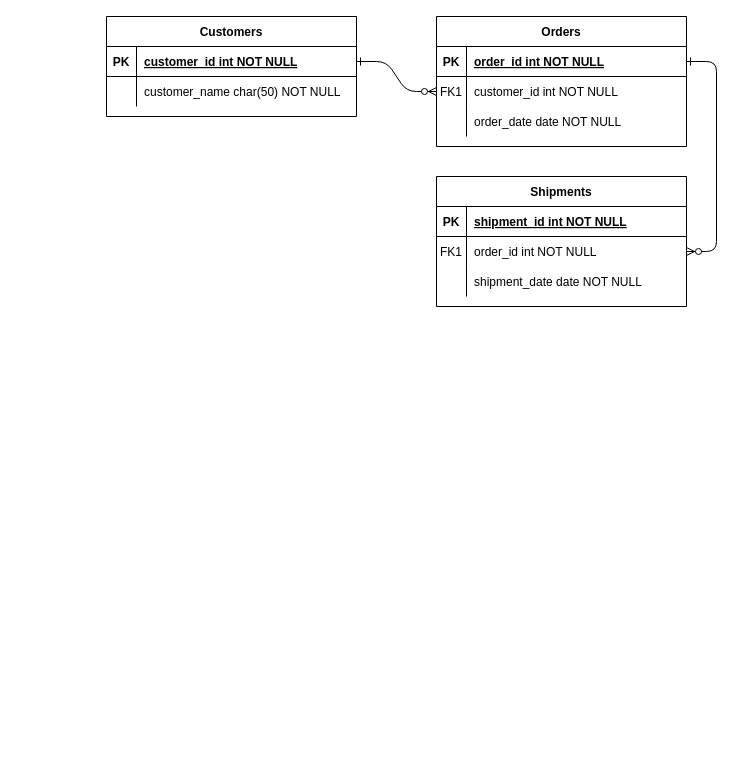
Above: .drawio in lucascamposm/cpd (draw.io), before the change. Source tidied: cells renumbered, new cells numbered last; positions are measured from the earlier drawing's top-left corner, leaving out a move shared by most shapes. Both pictures are drawn from the tidied source at 100%, with x=0, y=0 at pixel (106, 16).
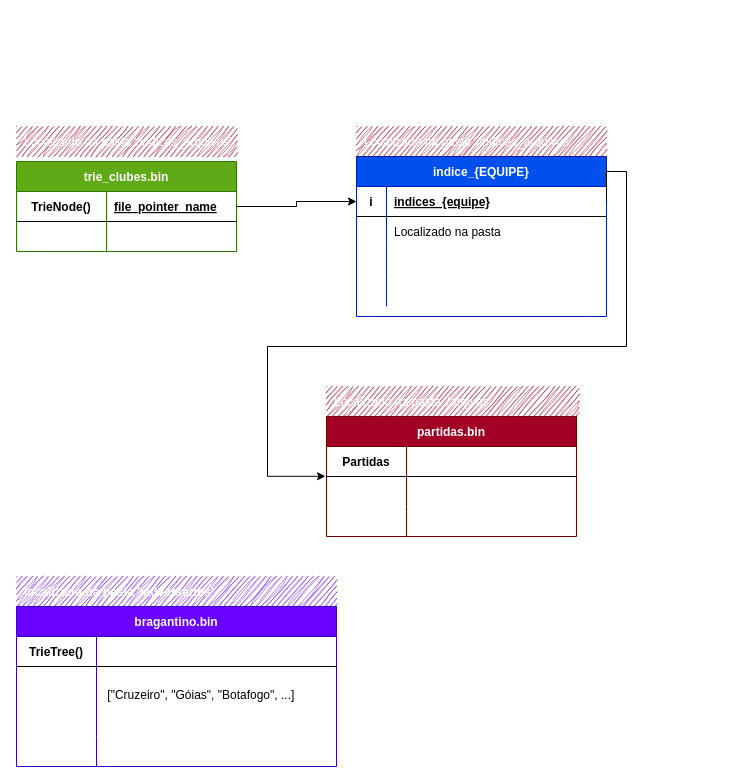
After the change.

The change refers to these unchanged cells:
```xml
<mxCell id="5" style="shape=partialRectangle;fillColor=none;points=[[0,0.5],[1,0.5]];portConstraint=eastwest;top=0;left=0;right=0;bottom=1;" parent="4" vertex="1">
  <mxGeometry y="30" width="250" height="30" as="geometry" />
</mxCell>
<mxCell id="8" style="shape=partialRectangle;fillColor=none;points=[[0,0.5],[1,0.5]];portConstraint=eastwest;top=0;left=0;right=0;bottom=0;" parent="4" vertex="1">
  <mxGeometry y="60" width="250" height="30" as="geometry" />
</mxCell>
<mxCell id="15" style="shape=partialRectangle;fillColor=none;top=0;left=0;right=0;bottom=1;" parent="14" vertex="1">
  <mxGeometry y="30" width="250" height="30" as="geometry" />
</mxCell>
<mxCell id="18" style="shape=partialRectangle;fillColor=none;points=[[0,0.5],[1,0.5]];portConstraint=eastwest;top=0;left=0;right=0;bottom=0;" parent="14" vertex="1">
  <mxGeometry y="60" width="250" height="30" as="geometry" />
</mxCell>
<mxCell id="21" style="shape=partialRectangle;fillColor=none;top=0;left=0;right=0;bottom=0;" parent="14" vertex="1">
  <mxGeometry y="90" width="250" height="30" as="geometry" />
</mxCell>
```

Change to the diagram source:
```diff
@@
-    <mxCell id="2" style="edgeStyle=entityRelationEdgeStyle;endArrow=ERzeroToMany;startArrow=ERone;endFill=1;startFill=0;" parent="1" edge="1" source="25" target="8">
-      <mxGeometry relative="1" as="geometry" />
-    </mxCell>
-    <mxCell id="3" style="edgeStyle=entityRelationEdgeStyle;endArrow=ERzeroToMany;startArrow=ERone;endFill=1;startFill=0;" parent="1" edge="1" source="5" target="18">
-      <mxGeometry relative="1" as="geometry" />
-    </mxCell>
-    <mxCell id="4" value="Orders" style="shape=table;startSize=30;childLayout=tableLayout;rowLines=0;fontStyle=1;align=center;" parent="1" vertex="1">
-      <mxGeometry x="330" width="250" height="130" as="geometry" />
+    <mxCell id="4" value="indice_{EQUIPE}" style="shape=table;startSize=30;childLayout=tableLayout;rowLines=0;fontStyle=1;align=center;fillColor=#0050ef;fontColor=#ffffff;strokeColor=#001DBC;" parent="1" vertex="1">
+      <mxGeometry x="250" y="140" width="250" height="160" as="geometry" />
     </mxCell>
@@
-    <mxCell id="6" value="PK" style="shape=partialRectangle;overflow=hidden;fillColor=none;top=0;left=0;bottom=0;right=0;fontStyle=1;" parent="5" vertex="1">
+    <mxCell id="6" value="i" style="shape=partialRectangle;overflow=hidden;fillColor=none;top=0;left=0;bottom=0;right=0;fontStyle=1;" parent="5" vertex="1">
       <mxGeometry width="30" height="30" as="geometry" />
     </mxCell>
-    <mxCell id="7" value="order_id int NOT NULL " style="shape=partialRectangle;overflow=hidden;fillColor=none;top=0;left=0;bottom=0;right=0;align=left;spacingLeft=6;fontStyle=5;" parent="5" vertex="1">
+    <mxCell id="7" value="indices_{equipe} " style="shape=partialRectangle;overflow=hidden;fillColor=none;top=0;left=0;bottom=0;right=0;align=left;spacingLeft=6;fontStyle=5;labelBackgroundColor=none;" parent="5" vertex="1">
       <mxGeometry x="30" width="220" height="30" as="geometry" />
     </mxCell>
@@
-    <mxCell id="9" value="FK1" style="shape=partialRectangle;overflow=hidden;fillColor=none;top=0;left=0;bottom=0;right=0;" parent="8" vertex="1">
+    <mxCell id="9" style="shape=partialRectangle;overflow=hidden;fillColor=none;top=0;left=0;bottom=0;right=0;" parent="8" vertex="1">
       <mxGeometry width="30" height="30" as="geometry" />
     </mxCell>
-    <mxCell id="10" value="customer_id int NOT NULL" style="shape=partialRectangle;overflow=hidden;fillColor=none;top=0;left=0;bottom=0;right=0;align=left;spacingLeft=6;" parent="8" vertex="1">
+    <mxCell id="10" value="Localizado na pasta " style="shape=partialRectangle;overflow=hidden;fillColor=none;top=0;left=0;bottom=0;right=0;align=left;spacingLeft=6;" parent="8" vertex="1">
       <mxGeometry x="30" width="220" height="30" as="geometry" />
     </mxCell>
+    <mxCell id="31" style="shape=partialRectangle;fillColor=none;top=0;left=0;right=0;bottom=0;" parent="4" vertex="1">
+      <mxGeometry y="90" width="250" height="30" as="geometry" />
+    </mxCell>
+    <mxCell id="32" style="shape=partialRectangle;overflow=hidden;fillColor=none;top=0;left=0;bottom=0;right=0;" parent="31" vertex="1">
+      <mxGeometry width="30" height="30" as="geometry" />
+    </mxCell>
+    <mxCell id="33" style="shape=partialRectangle;overflow=hidden;fillColor=none;top=0;left=0;bottom=0;right=0;align=left;spacingLeft=6;" parent="31" vertex="1">
+      <mxGeometry x="30" width="220" height="30" as="geometry" />
+    </mxCell>
     <mxCell id="11" style="shape=partialRectangle;fillColor=none;top=0;left=0;right=0;bottom=0;" parent="4" vertex="1">
-      <mxGeometry y="90" width="250" height="30" as="geometry" />
+      <mxGeometry y="120" width="250" height="30" as="geometry" />
     </mxCell>
@@
-    <mxCell id="13" value="order_date date NOT NULL" style="shape=partialRectangle;overflow=hidden;fillColor=none;top=0;left=0;bottom=0;right=0;align=left;spacingLeft=6;" parent="11" vertex="1">
+    <mxCell id="13" style="shape=partialRectangle;overflow=hidden;fillColor=none;top=0;left=0;bottom=0;right=0;align=left;spacingLeft=6;" parent="11" vertex="1">
       <mxGeometry x="30" width="220" height="30" as="geometry" />
     </mxCell>
-    <mxCell id="14" value="Shipments" style="shape=table;startSize=30;childLayout=tableLayout;rowLines=0;fontStyle=1;align=center;" parent="1" vertex="1">
-      <mxGeometry x="330" y="160" width="250" height="130" as="geometry" />
+    <mxCell id="14" value="partidas.bin" style="shape=table;startSize=30;childLayout=tableLayout;rowLines=0;fontStyle=1;align=center;fillColor=#a20025;fontColor=#ffffff;strokeColor=#6F0000;" parent="1" vertex="1">
+      <mxGeometry x="220" y="400" width="250" height="120" as="geometry" />
     </mxCell>
@@
-    <mxCell id="16" value="PK" style="shape=partialRectangle;overflow=hidden;fillColor=none;top=0;left=0;bottom=0;right=0;fontStyle=1;" parent="15" vertex="1">
-      <mxGeometry width="30" height="30" as="geometry" />
+    <mxCell id="16" value="Partidas" style="shape=partialRectangle;overflow=hidden;fillColor=none;top=0;left=0;bottom=0;right=0;fontStyle=1;" parent="15" vertex="1">
+      <mxGeometry width="80" height="30" as="geometry" />
     </mxCell>
-    <mxCell id="17" value="shipment_id int NOT NULL " style="shape=partialRectangle;overflow=hidden;fillColor=none;top=0;left=0;bottom=0;right=0;align=left;spacingLeft=6;fontStyle=5;" parent="15" vertex="1">
-      <mxGeometry x="30" width="220" height="30" as="geometry" />
+    <mxCell id="17" style="shape=partialRectangle;overflow=hidden;fillColor=none;top=0;left=0;bottom=0;right=0;align=left;spacingLeft=6;fontStyle=5;" parent="15" vertex="1">
+      <mxGeometry x="80" width="170" height="30" as="geometry" />
     </mxCell>
@@
-    <mxCell id="19" value="FK1" style="shape=partialRectangle;overflow=hidden;fillColor=none;top=0;left=0;bottom=0;right=0;" parent="18" vertex="1">
-      <mxGeometry width="30" height="30" as="geometry" />
+    <mxCell id="19" style="shape=partialRectangle;overflow=hidden;fillColor=none;top=0;left=0;bottom=0;right=0;" parent="18" vertex="1">
+      <mxGeometry width="80" height="30" as="geometry" />
     </mxCell>
-    <mxCell id="20" value="order_id int NOT NULL" style="shape=partialRectangle;overflow=hidden;fillColor=none;top=0;left=0;bottom=0;right=0;align=left;spacingLeft=6;" parent="18" vertex="1">
-      <mxGeometry x="30" width="220" height="30" as="geometry" />
+    <mxCell id="20" style="shape=partialRectangle;overflow=hidden;fillColor=none;top=0;left=0;bottom=0;right=0;align=left;spacingLeft=6;" parent="18" vertex="1">
+      <mxGeometry x="80" width="170" height="30" as="geometry" />
     </mxCell>
@@
     <mxCell id="22" style="shape=partialRectangle;overflow=hidden;fillColor=none;top=0;left=0;bottom=0;right=0;" parent="21" vertex="1">
-      <mxGeometry width="30" height="30" as="geometry" />
+      <mxGeometry width="80" height="30" as="geometry" />
     </mxCell>
-    <mxCell id="23" value="shipment_date date NOT NULL" style="shape=partialRectangle;overflow=hidden;fillColor=none;top=0;left=0;bottom=0;right=0;align=left;spacingLeft=6;" parent="21" vertex="1">
-      <mxGeometry x="30" width="220" height="30" as="geometry" />
+    <mxCell id="23" style="shape=partialRectangle;overflow=hidden;fillColor=none;top=0;left=0;bottom=0;right=0;align=left;spacingLeft=6;" parent="21" vertex="1">
+      <mxGeometry x="80" width="170" height="30" as="geometry" />
     </mxCell>
-    <mxCell id="24" value="Customers" style="shape=table;startSize=30;childLayout=tableLayout;rowLines=0;fontStyle=1;align=center;" parent="1" vertex="1">
-      <mxGeometry width="250" height="100" as="geometry" />
+    <mxCell id="24" value="trie_clubes.bin" style="shape=table;startSize=30;childLayout=tableLayout;rowLines=0;fontStyle=1;align=center;fillColor=#60a917;fontColor=#ffffff;strokeColor=#2D7600;" parent="1" vertex="1">
+      <mxGeometry x="-90" y="145" width="220" height="90" as="geometry" />
     </mxCell>
     <mxCell id="25" style="shape=partialRectangle;fillColor=none;points=[[0,0.5],[1,0.5]];portConstraint=eastwest;top=0;left=0;right=0;bottom=1;" parent="24" vertex="1">
-      <mxGeometry y="30" width="250" height="30" as="geometry" />
+      <mxGeometry y="30" width="220" height="30" as="geometry" />
     </mxCell>
-    <mxCell id="26" value="PK" style="shape=partialRectangle;overflow=hidden;fillColor=none;top=0;left=0;bottom=0;right=0;fontStyle=1;" parent="25" vertex="1">
-      <mxGeometry width="30" height="30" as="geometry" />
+    <mxCell id="26" value="TrieNode()" style="shape=partialRectangle;overflow=hidden;fillColor=none;top=0;left=0;bottom=0;right=0;fontStyle=1;" parent="25" vertex="1">
+      <mxGeometry width="90" height="30" as="geometry" />
     </mxCell>
-    <mxCell id="27" value="customer_id int NOT NULL " style="shape=partialRectangle;overflow=hidden;fillColor=none;top=0;left=0;bottom=0;right=0;align=left;spacingLeft=6;fontStyle=5;" parent="25" vertex="1">
-      <mxGeometry x="30" width="220" height="30" as="geometry" />
+    <mxCell id="27" value="file_pointer_name" style="shape=partialRectangle;overflow=hidden;fillColor=none;top=0;left=0;bottom=0;right=0;align=left;spacingLeft=6;fontStyle=5;" parent="25" vertex="1">
+      <mxGeometry x="90" width="130" height="30" as="geometry" />
     </mxCell>
     <mxCell id="28" style="shape=partialRectangle;fillColor=none;top=0;left=0;right=0;bottom=0;" parent="24" vertex="1">
-      <mxGeometry y="60" width="250" height="30" as="geometry" />
+      <mxGeometry y="60" width="220" height="30" as="geometry" />
     </mxCell>
     <mxCell id="29" style="shape=partialRectangle;overflow=hidden;fillColor=none;top=0;left=0;bottom=0;right=0;" parent="28" vertex="1">
-      <mxGeometry width="30" height="30" as="geometry" />
+      <mxGeometry width="90" height="30" as="geometry" />
     </mxCell>
-    <mxCell id="30" value="customer_name char(50) NOT NULL" style="shape=partialRectangle;overflow=hidden;fillColor=none;top=0;left=0;bottom=0;right=0;align=left;spacingLeft=6;" parent="28" vertex="1">
-      <mxGeometry x="30" width="220" height="30" as="geometry" />
+    <mxCell id="30" style="shape=partialRectangle;overflow=hidden;fillColor=none;top=0;left=0;bottom=0;right=0;align=left;spacingLeft=6;" parent="28" vertex="1">
+      <mxGeometry x="90" width="130" height="30" as="geometry" />
     </mxCell>
+    <mxCell id="3" style="edgeStyle=orthogonalEdgeStyle;rounded=0;jettySize=auto;html=1;exitX=1;exitY=0.5;exitDx=0;exitDy=0;entryX=-0.004;entryY=-0.007;entryDx=0;entryDy=0;entryPerimeter=0;" parent="1" edge="1" source="5" target="18">
+      <mxGeometry relative="1" as="geometry">
+        <Array as="points">
+          <mxPoint x="500" y="155" />
+          <mxPoint x="520" y="155" />
+          <mxPoint x="520" y="330" />
+          <mxPoint x="161" y="330" />
+          <mxPoint x="161" y="460" />
+        </Array>
+      </mxGeometry>
+    </mxCell>
+    <mxCell id="34" style="edgeStyle=orthogonalEdgeStyle;rounded=0;jettySize=auto;html=1;exitX=1;exitY=0.5;exitDx=0;exitDy=0;entryX=0;entryY=0.5;entryDx=0;entryDy=0;" parent="1" edge="1" source="25" target="5">
+      <mxGeometry relative="1" as="geometry" />
+    </mxCell>
+    <mxCell id="35" value="Localizado na pasta '/arqivos'" style="shape=partialRectangle;overflow=hidden;fillColor=#a20025;top=0;left=0;bottom=0;right=0;align=left;spacingLeft=6;strokeColor=#6F0000;sketch=1;curveFitting=1;jiggle=2;fontColor=#ffffff;" parent="1" vertex="1">
+      <mxGeometry x="220" y="370" width="250" height="30" as="geometry" />
+    </mxCell>
+    <mxCell id="36" value="Localizado na pasta '/indices_arquivos'" style="shape=partialRectangle;overflow=hidden;fillColor=#a20025;top=0;left=0;bottom=0;right=0;align=left;spacingLeft=6;strokeColor=#6F0000;sketch=1;curveFitting=1;jiggle=2;fontColor=#ffffff;" parent="1" vertex="1">
+      <mxGeometry x="250" y="110" width="250" height="30" as="geometry" />
+    </mxCell>
+    <mxCell id="37" value="Localizado na pasta '/indices_arquivos'" style="shape=partialRectangle;overflow=hidden;fillColor=#a20025;top=0;left=0;bottom=0;right=0;align=left;spacingLeft=6;strokeColor=#6F0000;sketch=1;curveFitting=1;jiggle=2;fontColor=#ffffff;" parent="1" vertex="1">
+      <mxGeometry x="-90" y="110" width="220" height="30" as="geometry" />
+    </mxCell>
+    <mxCell id="38" value="localizado na pasta '/adversarios'" style="shape=partialRectangle;overflow=hidden;fillColor=#6a00ff;top=0;left=0;bottom=0;right=0;align=left;spacingLeft=6;strokeColor=#3700CC;sketch=1;curveFitting=1;jiggle=2;fontColor=#ffffff;fontStyle=1;" parent="1" vertex="1">
+      <mxGeometry x="-90" y="560" width="320" height="30" as="geometry" />
+    </mxCell>
+    <mxCell id="39" value="bragantino.bin" style="shape=table;startSize=30;childLayout=tableLayout;rowLines=0;fontStyle=1;align=center;fillColor=#6a00ff;fontColor=#ffffff;strokeColor=#3700CC;" parent="1" vertex="1">
+      <mxGeometry x="-90" y="590" width="320" height="160" as="geometry" />
+    </mxCell>
+    <mxCell id="40" style="shape=partialRectangle;fillColor=none;top=0;left=0;right=0;bottom=1;" parent="39" vertex="1">
+      <mxGeometry y="30" width="320" height="30" as="geometry" />
+    </mxCell>
+    <mxCell id="41" value="TrieTree()" style="shape=partialRectangle;overflow=hidden;fillColor=none;top=0;left=0;bottom=0;right=0;fontStyle=1;" parent="40" vertex="1">
+      <mxGeometry width="80" height="30" as="geometry" />
+    </mxCell>
+    <mxCell id="42" style="shape=partialRectangle;overflow=hidden;fillColor=none;top=0;left=0;bottom=0;right=0;align=left;spacingLeft=6;fontStyle=5;" parent="40" vertex="1">
+      <mxGeometry x="80" width="240" height="30" as="geometry" />
+    </mxCell>
+    <mxCell id="43" style="shape=partialRectangle;fillColor=none;top=0;left=0;right=0;bottom=0;" parent="39" vertex="1">
+      <mxGeometry y="60" width="320" height="70" as="geometry" />
+    </mxCell>
+    <mxCell id="44" style="shape=partialRectangle;overflow=hidden;fillColor=none;top=0;left=0;bottom=0;right=0;" parent="43" vertex="1">
+      <mxGeometry width="80" height="70" as="geometry" />
+    </mxCell>
+    <mxCell id="45" value=" [&quot;Cruzeiro&quot;, &quot;Góias&quot;, &quot;Botafogo&quot;, ...]&#10;" style="shape=partialRectangle;overflow=hidden;fillColor=none;top=0;left=0;bottom=0;right=0;align=left;spacingLeft=6;" parent="43" vertex="1">
+      <mxGeometry x="80" width="240" height="70" as="geometry" />
+    </mxCell>
+    <mxCell id="46" style="shape=partialRectangle;fillColor=none;top=0;left=0;right=0;bottom=0;" parent="39" vertex="1">
+      <mxGeometry y="130" width="320" height="30" as="geometry" />
+    </mxCell>
+    <mxCell id="47" style="shape=partialRectangle;overflow=hidden;fillColor=none;top=0;left=0;bottom=0;right=0;" parent="46" vertex="1">
+      <mxGeometry width="80" height="30" as="geometry" />
+    </mxCell>
+    <mxCell id="48" style="shape=partialRectangle;overflow=hidden;fillColor=none;top=0;left=0;bottom=0;right=0;align=left;spacingLeft=6;" parent="46" vertex="1">
+      <mxGeometry x="80" width="240" height="30" as="geometry" />
+    </mxCell>
```
